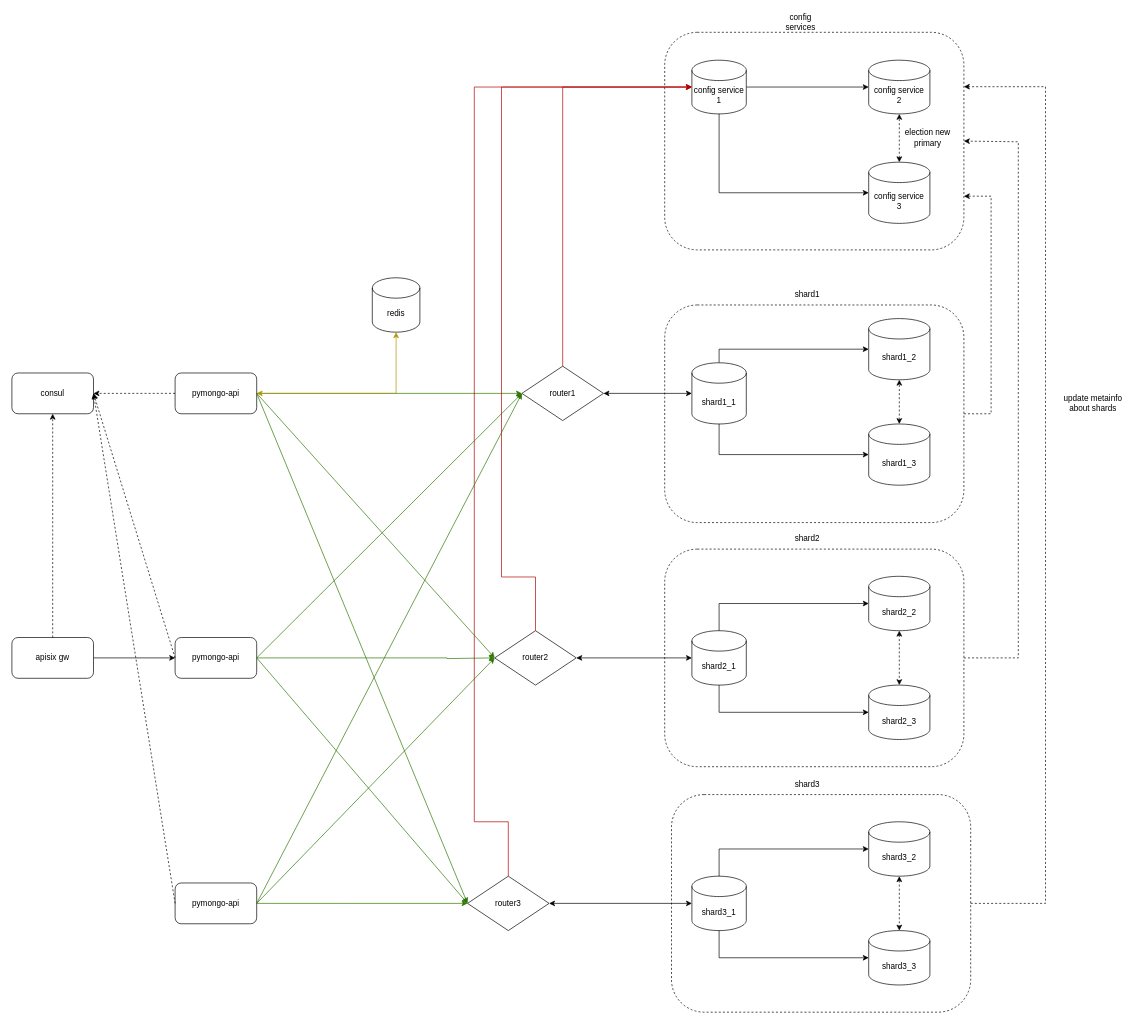
The draw.io diagram page "4" (5 of 6) of diagram.drawio in rogzy/architecture-sprint-2, before the edit. Source tidied: cells renumbered, new cells numbered last; positions are measured from the earlier drawing's top-left corner, leaving out a move shared by most shapes. Both pictures are drawn from the tidied source at 68%, with x=0, y=0 at pixel (12, 12).
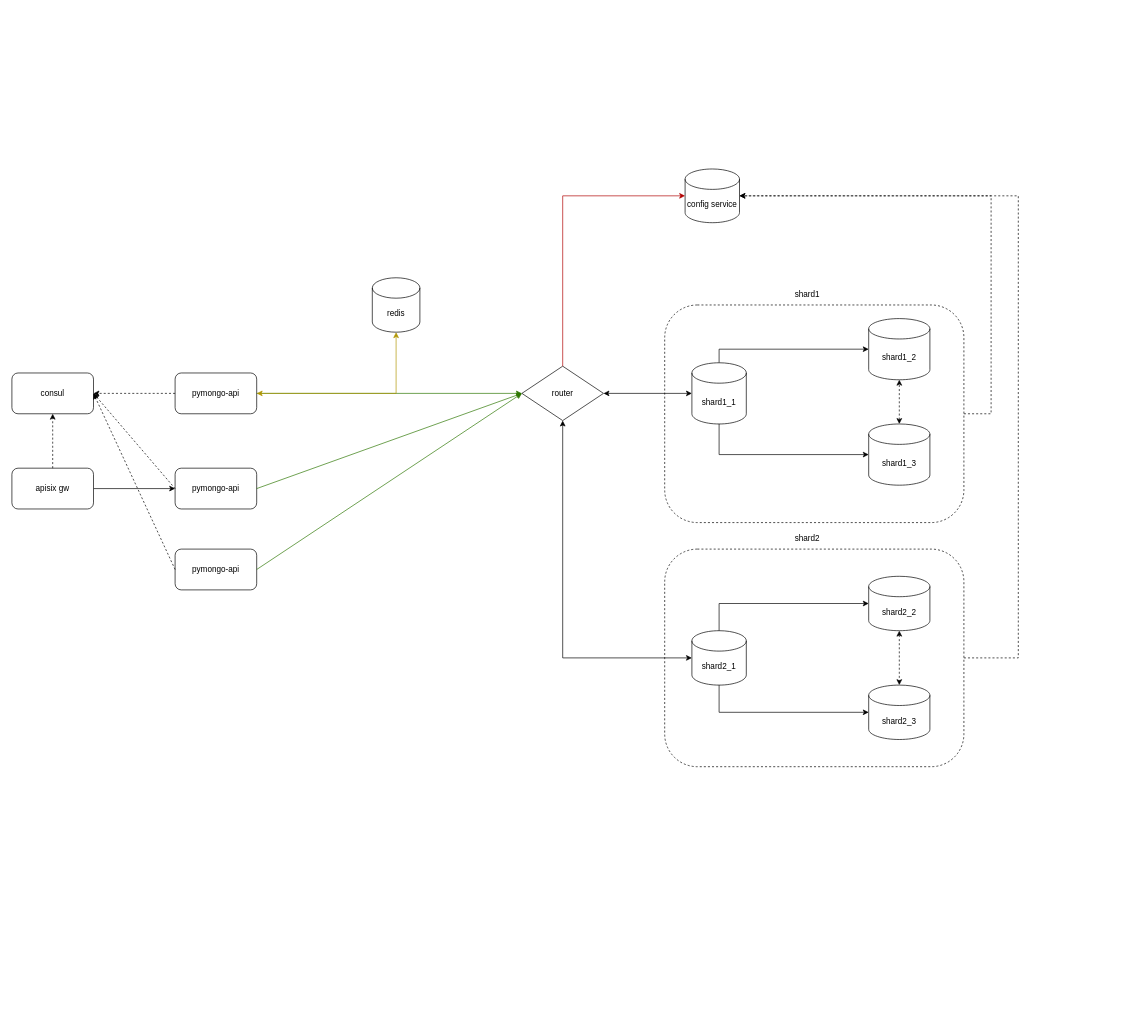
The same diagram, later.

Unchanged cells that the change refers to:
```xml
<mxCell id="3" style="rounded=1;whiteSpace=wrap;html=1;fillColor=none;dashed=1;" parent="1" vertex="1">
  <mxGeometry x="960" y="790" width="440" height="320" as="geometry" />
</mxCell>
<mxCell id="4" style="rounded=1;whiteSpace=wrap;html=1;fillColor=none;dashed=1;" parent="1" vertex="1">
  <mxGeometry x="960" y="431" width="440" height="320" as="geometry" />
</mxCell>
<mxCell id="7" value="pymongo-api" style="rounded=1;whiteSpace=wrap;html=1;" parent="1" vertex="1">
  <mxGeometry x="240" y="531" width="120" height="60" as="geometry" />
</mxCell>
<mxCell id="13" value="shard2_1" style="shape=cylinder3;whiteSpace=wrap;html=1;boundedLbl=1;backgroundOutline=1;size=15;" parent="1" vertex="1">
  <mxGeometry x="1000" y="910" width="80" height="80" as="geometry" />
</mxCell>
```

Change to the diagram source:
```diff
@@
-    <mxCell id="2" style="rounded=1;whiteSpace=wrap;html=1;fillColor=none;dashed=1;" parent="1" vertex="1">
-      <mxGeometry x="970" y="1151" width="440" height="320" as="geometry" />
-    </mxCell>
@@
-    <mxCell id="5" style="rounded=1;whiteSpace=wrap;html=1;fillColor=none;dashed=1;" parent="1" vertex="1">
-      <mxGeometry x="960" y="30" width="440" height="320" as="geometry" />
-    </mxCell>
@@
-    <mxCell id="11" style="edgeStyle=orthogonalEdgeStyle;rounded=0;jettySize=auto;html=1;startArrow=classic;startFill=1;entryX=0;entryY=0.5;entryDx=0;entryDy=0;entryPerimeter=0;exitX=1;exitY=0.5;exitDx=0;exitDy=0;" parent="1" edge="1" source="14" target="13">
+    <mxCell id="11" style="edgeStyle=orthogonalEdgeStyle;rounded=0;jettySize=auto;html=1;startArrow=classic;startFill=1;entryX=0;entryY=0.5;entryDx=0;entryDy=0;entryPerimeter=0;exitX=0.5;exitY=1;exitDx=0;exitDy=0;" parent="1" edge="1" source="12" target="13">
       <mxGeometry relative="1" as="geometry" />
     </mxCell>
-    <mxCell id="12" value="router1" style="rhombus;whiteSpace=wrap;html=1;" parent="1" vertex="1">
+    <mxCell id="12" value="router" style="rhombus;whiteSpace=wrap;html=1;" parent="1" vertex="1">
       <mxGeometry x="750" y="521" width="120" height="80" as="geometry" />
     </mxCell>
@@
-    <mxCell id="14" value="router2" style="rhombus;whiteSpace=wrap;html=1;" parent="1" vertex="1">
-      <mxGeometry x="710" y="910" width="120" height="80" as="geometry" />
-    </mxCell>
@@
-    <mxCell id="24" style="edgeStyle=orthogonalEdgeStyle;rounded=0;jettySize=auto;html=1;startArrow=classic;startFill=1;entryX=0;entryY=0.5;entryDx=0;entryDy=0;entryPerimeter=0;exitX=1;exitY=0.5;exitDx=0;exitDy=0;" parent="1" edge="1" source="26" target="25">
-      <mxGeometry relative="1" as="geometry" />
-    </mxCell>
-    <mxCell id="25" value="shard3_1" style="shape=cylinder3;whiteSpace=wrap;html=1;boundedLbl=1;backgroundOutline=1;size=15;" parent="1" vertex="1">
-      <mxGeometry x="1000" y="1271" width="80" height="80" as="geometry" />
-    </mxCell>
-    <mxCell id="26" value="router3" style="rhombus;whiteSpace=wrap;html=1;" parent="1" vertex="1">
-      <mxGeometry x="670" y="1271" width="120" height="80" as="geometry" />
-    </mxCell>
-    <mxCell id="27" style="edgeStyle=orthogonalEdgeStyle;rounded=0;jettySize=auto;html=1;entryX=0;entryY=0.5;entryDx=0;entryDy=0;entryPerimeter=0;exitX=0.5;exitY=0;exitDx=0;exitDy=0;exitPerimeter=0;" parent="1" edge="1" source="25" target="29">
-      <mxGeometry relative="1" as="geometry">
-        <Array as="points">
-          <mxPoint x="1040" y="1231" />
-        </Array>
-      </mxGeometry>
-    </mxCell>
-    <mxCell id="28" style="edgeStyle=orthogonalEdgeStyle;rounded=0;jettySize=auto;html=1;startArrow=classic;startFill=1;dashed=1;" parent="1" edge="1" source="29" target="30">
-      <mxGeometry relative="1" as="geometry" />
-    </mxCell>
-    <mxCell id="29" value="shard3_2" style="shape=cylinder3;whiteSpace=wrap;html=1;boundedLbl=1;backgroundOutline=1;size=15;" parent="1" vertex="1">
-      <mxGeometry x="1260" y="1191" width="90" height="80" as="geometry" />
-    </mxCell>
-    <mxCell id="30" value="shard3_3" style="shape=cylinder3;whiteSpace=wrap;html=1;boundedLbl=1;backgroundOutline=1;size=15;" parent="1" vertex="1">
-      <mxGeometry x="1260" y="1351" width="90" height="80" as="geometry" />
-    </mxCell>
-    <mxCell id="31" style="edgeStyle=orthogonalEdgeStyle;rounded=0;jettySize=auto;html=1;entryX=0;entryY=0.5;entryDx=0;entryDy=0;entryPerimeter=0;exitX=0.5;exitY=1;exitDx=0;exitDy=0;exitPerimeter=0;" parent="1" edge="1" source="25" target="30">
-      <mxGeometry relative="1" as="geometry">
-        <Array as="points">
-          <mxPoint x="1040" y="1391" />
-        </Array>
-      </mxGeometry>
-    </mxCell>
-    <mxCell id="32" style="edgeStyle=orthogonalEdgeStyle;rounded=0;jettySize=auto;html=1;exitX=1;exitY=0.5;exitDx=0;exitDy=0;entryX=0;entryY=0.5;entryDx=0;entryDy=0;fillColor=#60a917;strokeColor=#2D7600;" parent="1" edge="1" source="55" target="14">
-      <mxGeometry relative="1" as="geometry">
-        <Array as="points">
-          <mxPoint x="640" y="950" />
-          <mxPoint x="710" y="951" />
-        </Array>
-      </mxGeometry>
-    </mxCell>
-    <mxCell id="33" style="edgeStyle=orthogonalEdgeStyle;rounded=0;jettySize=auto;html=1;exitX=1;exitY=0.5;exitDx=0;exitDy=0;entryX=0;entryY=0.5;entryDx=0;entryDy=0;fillColor=#60a917;strokeColor=#2D7600;" parent="1" edge="1" source="54" target="26">
-      <mxGeometry relative="1" as="geometry">
-        <Array as="points">
-          <mxPoint x="490" y="1311" />
-          <mxPoint x="490" y="1311" />
-        </Array>
-      </mxGeometry>
-    </mxCell>
-    <mxCell id="34" style="edgeStyle=orthogonalEdgeStyle;rounded=0;jettySize=auto;html=1;entryX=0;entryY=0.5;entryDx=0;entryDy=0;entryPerimeter=0;" parent="1" edge="1" source="35" target="36">
-      <mxGeometry relative="1" as="geometry" />
-    </mxCell>
-    <mxCell id="35" value="&lt;div&gt;config service&lt;/div&gt;&lt;div&gt;1&lt;/div&gt;" style="shape=cylinder3;whiteSpace=wrap;html=1;boundedLbl=1;backgroundOutline=1;size=15;" parent="1" vertex="1">
-      <mxGeometry x="1000" y="71" width="80" height="79" as="geometry" />
+    <mxCell id="35" value="&lt;div&gt;config service&lt;/div&gt;" style="shape=cylinder3;whiteSpace=wrap;html=1;boundedLbl=1;backgroundOutline=1;size=15;" parent="1" vertex="1">
+      <mxGeometry x="990" y="231" width="80" height="79" as="geometry" />
     </mxCell>
-    <mxCell id="36" value="&lt;div&gt;config service&lt;/div&gt;&lt;div&gt;2&lt;/div&gt;" style="shape=cylinder3;whiteSpace=wrap;html=1;boundedLbl=1;backgroundOutline=1;size=15;" parent="1" vertex="1">
-      <mxGeometry x="1260" y="71" width="90" height="79" as="geometry" />
-    </mxCell>
-    <mxCell id="37" style="edgeStyle=orthogonalEdgeStyle;rounded=0;jettySize=auto;html=1;startArrow=classic;startFill=1;dashed=1;" parent="1" edge="1" source="38" target="36">
-      <mxGeometry relative="1" as="geometry" />
-    </mxCell>
-    <mxCell id="38" value="&lt;div&gt;config service&lt;/div&gt;&lt;div&gt;3&lt;/div&gt;" style="shape=cylinder3;whiteSpace=wrap;html=1;boundedLbl=1;backgroundOutline=1;size=15;" parent="1" vertex="1">
-      <mxGeometry x="1260" y="221" width="90" height="90" as="geometry" />
-    </mxCell>
-    <mxCell id="39" style="edgeStyle=orthogonalEdgeStyle;rounded=0;jettySize=auto;html=1;entryX=0;entryY=0.5;entryDx=0;entryDy=0;entryPerimeter=0;exitX=0.5;exitY=1;exitDx=0;exitDy=0;exitPerimeter=0;" parent="1" edge="1" source="35" target="38">
-      <mxGeometry relative="1" as="geometry" />
-    </mxCell>
@@
-    <mxCell id="41" style="endArrow=classic;html=1;rounded=0;exitX=0.5;exitY=0;exitDx=0;exitDy=0;entryX=0;entryY=0.5;entryDx=0;entryDy=0;entryPerimeter=0;edgeStyle=orthogonalEdgeStyle;fillColor=#e51400;strokeColor=#B20000;" parent="1" edge="1" source="14" target="35">
-      <mxGeometry relative="1" as="geometry">
-        <Array as="points">
-          <mxPoint x="770" y="831" />
-          <mxPoint x="720" y="831" />
-          <mxPoint x="720" y="111" />
-          <mxPoint x="1000" y="111" />
-        </Array>
-      </mxGeometry>
-    </mxCell>
-    <mxCell id="42" style="endArrow=classic;html=1;rounded=0;exitX=0.5;exitY=0;exitDx=0;exitDy=0;entryX=0;entryY=0.5;entryDx=0;entryDy=0;entryPerimeter=0;edgeStyle=orthogonalEdgeStyle;fillColor=#e51400;strokeColor=#B20000;" parent="1" edge="1" source="26" target="35">
-      <mxGeometry relative="1" as="geometry">
-        <Array as="points">
-          <mxPoint x="730" y="1191" />
-          <mxPoint x="680" y="1191" />
-          <mxPoint x="680" y="111" />
-          <mxPoint x="1000" y="111" />
-        </Array>
-      </mxGeometry>
-    </mxCell>
@@
-    <mxCell id="45" value="election new primary" style="text;html=1;align=center;verticalAlign=middle;whiteSpace=wrap;rounded=0;" parent="1" vertex="1">
-      <mxGeometry x="1307" y="170" width="80" height="30" as="geometry" />
-    </mxCell>
-    <mxCell id="46" value="config services" style="text;html=1;align=center;verticalAlign=middle;whiteSpace=wrap;rounded=0;" parent="1" vertex="1">
-      <mxGeometry x="1120" width="80" height="30" as="geometry" />
-    </mxCell>
@@
-    <mxCell id="49" value="shard3" style="text;html=1;align=center;verticalAlign=middle;whiteSpace=wrap;rounded=0;" parent="1" vertex="1">
-      <mxGeometry x="1130" y="1121" width="80" height="30" as="geometry" />
-    </mxCell>
-    <mxCell id="50" style="endArrow=classic;html=1;rounded=0;exitX=1;exitY=0.5;exitDx=0;exitDy=0;edgeStyle=orthogonalEdgeStyle;dashed=1;" parent="1" edge="1" source="4">
+    <mxCell id="50" style="endArrow=classic;html=1;rounded=0;exitX=1;exitY=0.5;exitDx=0;exitDy=0;edgeStyle=orthogonalEdgeStyle;dashed=1;entryX=1;entryY=0.5;entryDx=0;entryDy=0;entryPerimeter=0;" parent="1" edge="1" source="4" target="35">
       <mxGeometry relative="1" as="geometry">
-        <mxPoint x="1400" y="271" as="targetPoint" />
         <Array as="points">
           <mxPoint x="1440" y="591" />
           <mxPoint x="1440" y="271" />
         </Array>
       </mxGeometry>
     </mxCell>
-    <mxCell id="51" style="endArrow=classic;html=1;rounded=0;exitX=1;exitY=0.5;exitDx=0;exitDy=0;edgeStyle=orthogonalEdgeStyle;entryX=1;entryY=0.5;entryDx=0;entryDy=0;dashed=1;" parent="1" edge="1" source="3" target="5">
-      <mxGeometry relative="1" as="geometry">
-        <Array as="points">
-          <mxPoint x="1480" y="950" />
-          <mxPoint x="1480" y="191" />
-          <mxPoint x="1400" y="191" />
-        </Array>
-      </mxGeometry>
-    </mxCell>
-    <mxCell id="52" style="endArrow=classic;html=1;rounded=0;exitX=1;exitY=0.5;exitDx=0;exitDy=0;entryX=1;entryY=0.25;entryDx=0;entryDy=0;edgeStyle=orthogonalEdgeStyle;dashed=1;" parent="1" edge="1" source="2" target="5">
-      <mxGeometry relative="1" as="geometry">
-        <Array as="points">
-          <mxPoint x="1520" y="1311" />
-          <mxPoint x="1520" y="110" />
-        </Array>
-      </mxGeometry>
-    </mxCell>
-    <mxCell id="53" value="update metainfo about shards" style="text;html=1;align=center;verticalAlign=middle;whiteSpace=wrap;rounded=0;" parent="1" vertex="1">
-      <mxGeometry x="1530" y="561" width="120" height="30" as="geometry" />
-    </mxCell>
     <mxCell id="54" value="pymongo-api" style="rounded=1;whiteSpace=wrap;html=1;" parent="1" vertex="1">
-      <mxGeometry x="240" y="1281" width="120" height="60" as="geometry" />
+      <mxGeometry x="240" y="790" width="120" height="60" as="geometry" />
     </mxCell>
     <mxCell id="55" value="pymongo-api" style="rounded=1;whiteSpace=wrap;html=1;" parent="1" vertex="1">
-      <mxGeometry x="240" y="920" width="120" height="60" as="geometry" />
+      <mxGeometry x="240" y="671" width="120" height="60" as="geometry" />
     </mxCell>
@@
-    <mxCell id="57" style="rounded=0;jettySize=auto;html=1;exitX=1;exitY=0.5;exitDx=0;exitDy=0;entryX=0;entryY=0.5;entryDx=0;entryDy=0;fillColor=#60a917;strokeColor=#2D7600;" parent="1" edge="1" source="55" target="26">
-      <mxGeometry relative="1" as="geometry" />
-    </mxCell>
-    <mxCell id="58" style="rounded=0;jettySize=auto;html=1;exitX=1;exitY=0.5;exitDx=0;exitDy=0;entryX=0;entryY=0.5;entryDx=0;entryDy=0;fillColor=#60a917;strokeColor=#2D7600;" parent="1" edge="1" source="7" target="14">
-      <mxGeometry relative="1" as="geometry" />
-    </mxCell>
-    <mxCell id="59" style="rounded=0;jettySize=auto;html=1;exitX=1;exitY=0.5;exitDx=0;exitDy=0;entryX=0;entryY=0.5;entryDx=0;entryDy=0;fillColor=#60a917;strokeColor=#2D7600;" parent="1" edge="1" source="7" target="26">
-      <mxGeometry relative="1" as="geometry" />
-    </mxCell>
-    <mxCell id="60" style="rounded=0;jettySize=auto;html=1;exitX=1;exitY=0.5;exitDx=0;exitDy=0;entryX=0;entryY=0.5;entryDx=0;entryDy=0;fillColor=#60a917;strokeColor=#2D7600;" parent="1" edge="1" source="54" target="14">
-      <mxGeometry relative="1" as="geometry" />
-    </mxCell>
@@
     <mxCell id="63" value="apisix gw" style="rounded=1;whiteSpace=wrap;html=1;" parent="1" vertex="1">
-      <mxGeometry y="920" width="120" height="60" as="geometry" />
+      <mxGeometry y="671" width="120" height="60" as="geometry" />
     </mxCell>
@@
+    <mxCell id="69" style="endArrow=classic;html=1;rounded=0;edgeStyle=orthogonalEdgeStyle;dashed=1;exitX=1;exitY=0.5;exitDx=0;exitDy=0;entryX=1;entryY=0.5;entryDx=0;entryDy=0;entryPerimeter=0;" parent="1" edge="1" source="3" target="35">
+      <mxGeometry relative="1" as="geometry">
+        <Array as="points">
+          <mxPoint x="1480" y="950" />
+          <mxPoint x="1480" y="271" />
+          <mxPoint x="1070" y="271" />
+        </Array>
+      </mxGeometry>
+    </mxCell>
```
